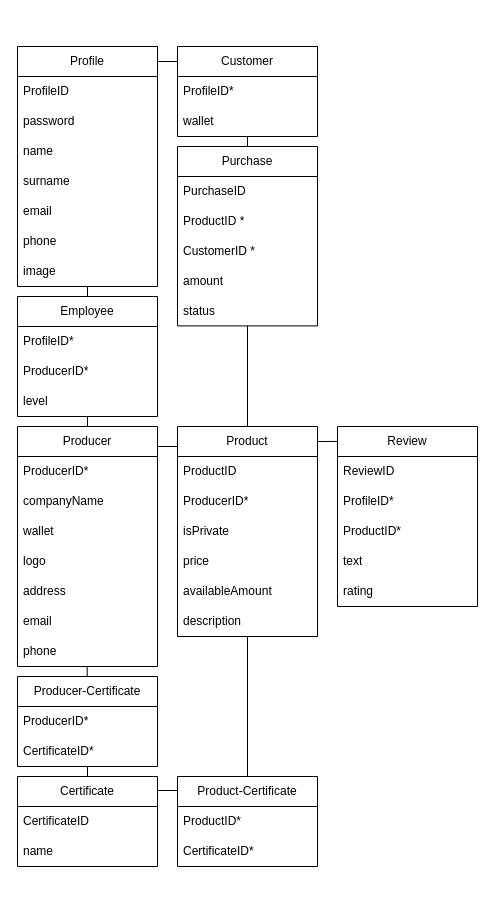
Above: db_graph.drawio in lucaFiorini/sicilianOilMarket (draw.io), before the change. Source tidied: cells renumbered, new cells numbered last; positions are measured from the earlier drawing's top-left corner, leaving out a move shared by most shapes. Both pictures are drawn from the tidied source at 100%, with x=0, y=0 at pixel (17, 46).
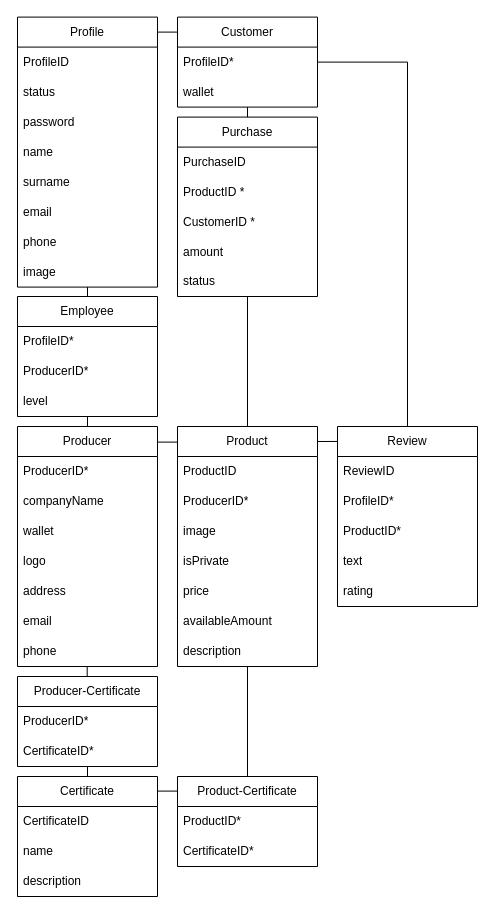
The same diagram, later.

The change refers to these unchanged cells:
```xml
<mxCell id="16" value="&lt;div&gt;ProfileID*&lt;/div&gt;" style="text;strokeColor=none;fillColor=none;align=left;verticalAlign=middle;spacingLeft=4;spacingRight=4;overflow=hidden;points=[[0,0.5],[1,0.5]];portConstraint=eastwest;whiteSpace=wrap;html=1;" parent="15" vertex="1">
  <mxGeometry y="30" width="140" height="30" as="geometry" />
</mxCell>
<mxCell id="44" value="Review" style="swimlane;fontStyle=0;horizontal=1;startSize=30;whiteSpace=wrap;html=1;" parent="1" vertex="1">
  <mxGeometry x="320" y="380" width="140" height="180" as="geometry" />
</mxCell>
<mxCell id="56" value="Employee" style="swimlane;fontStyle=0;horizontal=1;startSize=30;whiteSpace=wrap;html=1;" parent="1" vertex="1">
  <mxGeometry y="250" width="140" height="120" as="geometry" />
</mxCell>
```

Change to the diagram source:
```diff
@@
     <mxCell id="2" value="Product" style="swimlane;fontStyle=0;horizontal=1;startSize=30;whiteSpace=wrap;html=1;" parent="1" vertex="1">
-      <mxGeometry x="160" y="380" width="140" height="210" as="geometry" />
+      <mxGeometry x="160" y="380" width="140" height="240" as="geometry" />
     </mxCell>
@@
+    <mxCell id="64" value="image" style="text;strokeColor=none;fillColor=none;align=left;verticalAlign=middle;spacingLeft=4;spacingRight=4;overflow=hidden;whiteSpace=wrap;html=1;" parent="2" vertex="1">
+      <mxGeometry y="90" width="140" height="30" as="geometry" />
+    </mxCell>
     <mxCell id="5" value="isPrivate" style="text;strokeColor=none;fillColor=none;align=left;verticalAlign=middle;spacingLeft=4;spacingRight=4;overflow=hidden;whiteSpace=wrap;html=1;" parent="2" vertex="1">
-      <mxGeometry y="90" width="140" height="30" as="geometry" />
+      <mxGeometry y="120" width="140" height="30" as="geometry" />
     </mxCell>
     <mxCell id="6" value="price" style="text;strokeColor=none;fillColor=none;align=left;verticalAlign=middle;spacingLeft=4;spacingRight=4;overflow=hidden;whiteSpace=wrap;html=1;" parent="2" vertex="1">
-      <mxGeometry y="120" width="140" height="30" as="geometry" />
+      <mxGeometry y="150" width="140" height="30" as="geometry" />
     </mxCell>
     <mxCell id="7" value="availableAmount" style="text;strokeColor=none;fillColor=none;align=left;verticalAlign=middle;spacingLeft=4;spacingRight=4;overflow=hidden;whiteSpace=wrap;html=1;" parent="2" vertex="1">
-      <mxGeometry y="150" width="140" height="30" as="geometry" />
+      <mxGeometry y="180" width="140" height="30" as="geometry" />
     </mxCell>
     <mxCell id="8" value="description" style="text;strokeColor=none;fillColor=none;align=left;verticalAlign=middle;spacingLeft=4;spacingRight=4;overflow=hidden;whiteSpace=wrap;html=1;" parent="2" vertex="1">
-      <mxGeometry y="180" width="140" height="30" as="geometry" />
+      <mxGeometry y="210" width="140" height="30" as="geometry" />
     </mxCell>
     <mxCell id="9" value="Purchase" style="swimlane;fontStyle=0;horizontal=1;startSize=30;whiteSpace=wrap;html=1;" parent="1" vertex="1">
-      <mxGeometry x="160" y="100" width="140" height="179.4" as="geometry" />
+      <mxGeometry x="160" y="70.6" width="140" height="179.4" as="geometry" />
     </mxCell>
@@
     <mxCell id="15" value="Customer" style="swimlane;fontStyle=0;horizontal=1;startSize=30;whiteSpace=wrap;html=1;" parent="1" vertex="1">
-      <mxGeometry x="160" width="140" height="90" as="geometry" />
+      <mxGeometry x="160" y="-29.4" width="140" height="90" as="geometry" />
     </mxCell>
@@
     <mxCell id="18" value="Profile" style="swimlane;fontStyle=0;horizontal=1;startSize=30;whiteSpace=wrap;html=1;" parent="1" vertex="1">
-      <mxGeometry width="140" height="240" as="geometry" />
+      <mxGeometry y="-29.4" width="140" height="270" as="geometry" />
     </mxCell>
@@
+    <mxCell id="65" value="status" style="text;strokeColor=none;fillColor=none;align=left;verticalAlign=middle;spacingLeft=4;spacingRight=4;overflow=hidden;whiteSpace=wrap;html=1;" parent="18" vertex="1">
+      <mxGeometry y="60" width="140" height="30" as="geometry" />
+    </mxCell>
     <mxCell id="20" value="password" style="text;strokeColor=none;fillColor=none;align=left;verticalAlign=middle;spacingLeft=4;spacingRight=4;overflow=hidden;whiteSpace=wrap;html=1;" parent="18" vertex="1">
-      <mxGeometry y="60" width="140" height="30" as="geometry" />
+      <mxGeometry y="90" width="140" height="30" as="geometry" />
     </mxCell>
     <mxCell id="21" value="name" style="text;strokeColor=none;fillColor=none;align=left;verticalAlign=middle;spacingLeft=4;spacingRight=4;overflow=hidden;whiteSpace=wrap;html=1;" parent="18" vertex="1">
-      <mxGeometry y="90" width="140" height="30" as="geometry" />
+      <mxGeometry y="120" width="140" height="30" as="geometry" />
     </mxCell>
     <mxCell id="22" value="surname" style="text;strokeColor=none;fillColor=none;align=left;verticalAlign=middle;spacingLeft=4;spacingRight=4;overflow=hidden;whiteSpace=wrap;html=1;" parent="18" vertex="1">
-      <mxGeometry y="120" width="140" height="30" as="geometry" />
+      <mxGeometry y="150" width="140" height="30" as="geometry" />
     </mxCell>
     <mxCell id="23" value="email" style="text;strokeColor=none;fillColor=none;align=left;verticalAlign=middle;spacingLeft=4;spacingRight=4;overflow=hidden;whiteSpace=wrap;html=1;" parent="18" vertex="1">
-      <mxGeometry y="150" width="140" height="30" as="geometry" />
+      <mxGeometry y="180" width="140" height="30" as="geometry" />
     </mxCell>
     <mxCell id="24" value="&lt;div&gt;phone&lt;/div&gt;" style="text;strokeColor=none;fillColor=none;align=left;verticalAlign=middle;spacingLeft=4;spacingRight=4;overflow=hidden;whiteSpace=wrap;html=1;" parent="18" vertex="1">
-      <mxGeometry y="180" width="140" height="30" as="geometry" />
+      <mxGeometry y="210" width="140" height="30" as="geometry" />
     </mxCell>
     <mxCell id="25" value="image" style="text;strokeColor=none;fillColor=none;align=left;verticalAlign=middle;spacingLeft=4;spacingRight=4;overflow=hidden;whiteSpace=wrap;html=1;" parent="18" vertex="1">
-      <mxGeometry y="210" width="140" height="30" as="geometry" />
+      <mxGeometry y="240" width="140" height="30" as="geometry" />
     </mxCell>
@@
     <mxCell id="37" value="Certificate" style="swimlane;fontStyle=0;horizontal=1;startSize=30;whiteSpace=wrap;html=1;" parent="1" vertex="1">
-      <mxGeometry y="730" width="140" height="90" as="geometry" />
+      <mxGeometry y="730" width="140" height="120" as="geometry" />
     </mxCell>
@@
+    <mxCell id="66" value="description" style="text;strokeColor=none;fillColor=none;align=left;verticalAlign=middle;spacingLeft=4;spacingRight=4;overflow=hidden;whiteSpace=wrap;html=1;" parent="37" vertex="1">
+      <mxGeometry y="90" width="140" height="30" as="geometry" />
+    </mxCell>
@@
     <mxCell id="50" style="endArrow=none;html=1;rounded=0;" parent="1" edge="1">
       <mxGeometry relative="1" as="geometry">
-        <mxPoint x="160" y="15" as="sourcePoint" />
-        <mxPoint x="140" y="15" as="targetPoint" />
+        <mxPoint x="160" y="-14.4" as="sourcePoint" />
+        <mxPoint x="140" y="-14.4" as="targetPoint" />
       </mxGeometry>
     </mxCell>
@@
     <mxCell id="52" style="endArrow=none;html=1;rounded=0;" parent="1" edge="1">
       <mxGeometry relative="1" as="geometry">
-        <mxPoint x="140" y="400" as="sourcePoint" />
-        <mxPoint x="160" y="400" as="targetPoint" />
+        <mxPoint x="140" y="395.6" as="sourcePoint" />
+        <mxPoint x="160" y="395.6" as="targetPoint" />
       </mxGeometry>
     </mxCell>
@@
-    <mxCell id="60" style="endArrow=none;html=1;rounded=0;" parent="1" edge="1">
+    <mxCell id="60" style="endArrow=none;html=1;rounded=0;entryX=0.5;entryY=0;entryDx=0;entryDy=0;" parent="1" edge="1" target="56">
       <mxGeometry relative="1" as="geometry">
-        <mxPoint x="70" y="240" as="sourcePoint" />
-        <mxPoint x="70" y="250" as="targetPoint" />
+        <mxPoint x="70" y="240.6" as="sourcePoint" />
       </mxGeometry>
     </mxCell>
     <mxCell id="61" style="endArrow=none;html=1;rounded=0;" parent="1" edge="1">
       <mxGeometry relative="1" as="geometry">
-        <mxPoint x="160" y="744" as="sourcePoint" />
-        <mxPoint x="140" y="744" as="targetPoint" />
+        <mxPoint x="160" y="744.6" as="sourcePoint" />
+        <mxPoint x="140" y="744.6" as="targetPoint" />
       </mxGeometry>
     </mxCell>
@@
-    <mxCell id="63" style="endArrow=none;html=1;rounded=0;exitX=0.5;exitY=1;exitDx=0;exitDy=0;" parent="1" edge="1" source="9">
-      <mxGeometry relative="1" as="geometry">
-        <mxPoint x="230" y="380" as="targetPoint" />
-      </mxGeometry>
+    <mxCell id="63" style="endArrow=none;html=1;rounded=0;exitX=0.5;exitY=1;exitDx=0;exitDy=0;entryX=0.5;entryY=0;entryDx=0;entryDy=0;" parent="1" edge="1" source="9" target="2">
+      <mxGeometry relative="1" as="geometry" />
     </mxCell>
+    <mxCell id="67" style="endArrow=none;html=1;rounded=0;entryX=0.5;entryY=0;entryDx=0;entryDy=0;exitX=1;exitY=0.5;exitDx=0;exitDy=0;" parent="1" edge="1" source="16" target="44">
+      <mxGeometry relative="1" as="geometry">
+        <Array as="points">
+          <mxPoint x="390" y="15.6" />
+        </Array>
+      </mxGeometry>
+    </mxCell>
```
